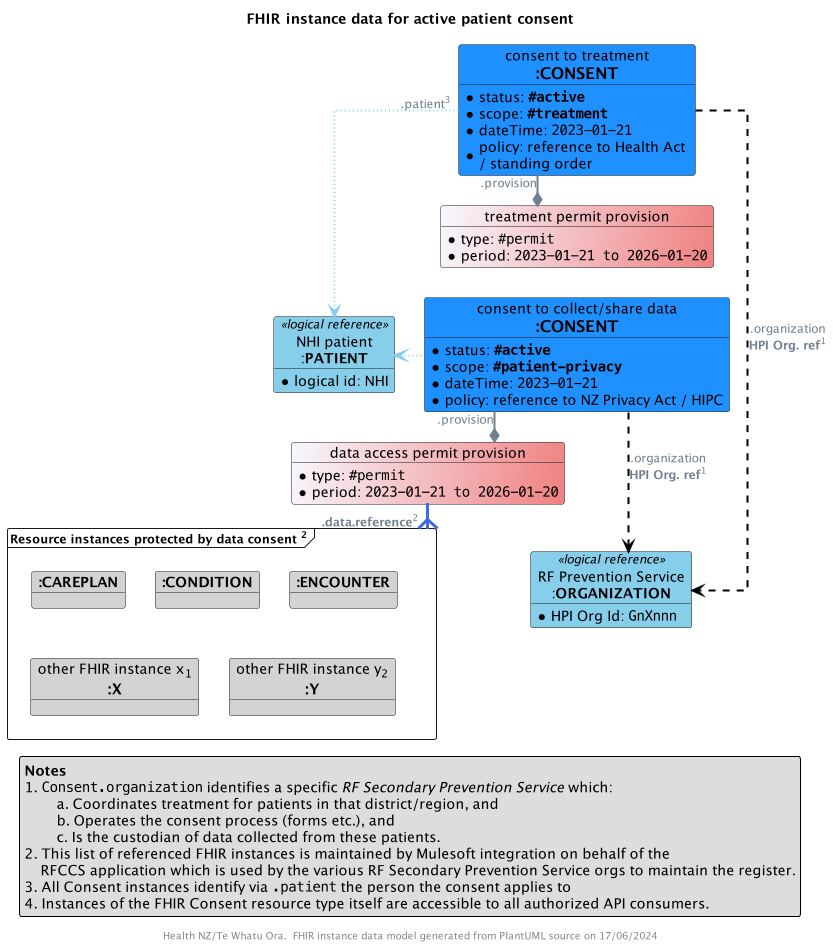
Before: input/images/obj-FHIR-data-consent-active.png, a diagram exported from PlantUML (tewhatuora/fhir-rheumatic-fever).
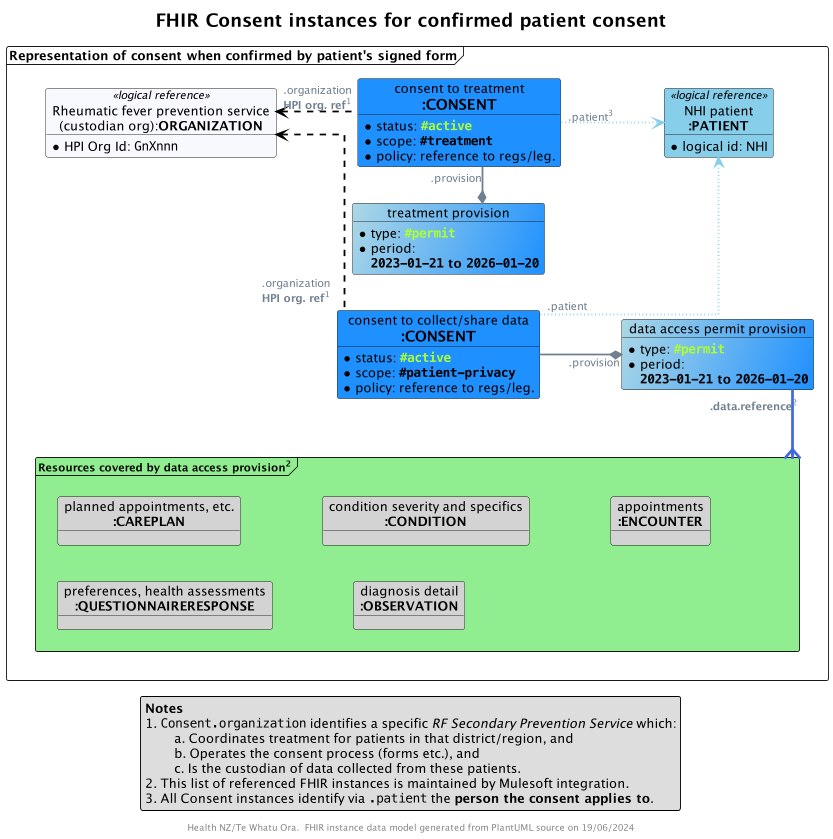
After the change.

Commit message:
Improved consent data designs as discussed DD meeting

The edit, as a diff of the source:
```diff
@@ -13,72 +13,77 @@
 skinparam ArrowMessageAlignment left
 skinparam BoxPadding 10
 skinparam linetype ortho
-skinparam nodesep 30
-skinparam ranksep 30
+skinparam nodesep 90
+skinparam ranksep 40
 skinparam roundcorner 5
 skinparam sequenceArrowThickness 2
-
-title FHIR instance data for active patient consent
-
-!procedure $Coding($Alias,$System,$Code,$Display)
-  object "<color:GhostWhite>$System" as $Alias #MediumPurple {
-    <color:GhostWhite><size:11>**$Code**-$Display
-  }
-!endprocedure
+skinparam TitleFontSize 20
 
 
-object "consent to treatment\n<size:16>**:CONSENT**" as TREATCONSENT #DodgerBlue {
-  * status: ""**#active**""
-  * scope: ""**#treatment**""
-  * dateTime: ""2023-01-21""
-  * policy: reference to Health Act \n/ standing order
+title FHIR Consent instances for confirmed patient consent
+
+frame "Representation of consent when confirmed by patient's signed form" as F {
+
+  !procedure $Coding($Alias,$System,$Code,$Display)
+    object "<color:GhostWhite>$System" as $Alias #MediumPurple {
+      <color:GhostWhite><size:11>**$Code**-$Display
+    }
+  !endprocedure
+
+  object "consent to treatment\n<size:16>**:CONSENT**" as TREATCONSENT #DodgerBlue {
+    * status: ""<color:GreenYellow>**#active**""
+    * scope: ""**#treatment**""
+    * policy: reference to regs/leg.
+  }
+
+  object "treatment provision" as TP #LightBlue/DodgerBlue  {
+    * type: ""<color:GreenYellow>**#permit**""
+    * period:
+      **""2023-01-21"" to ""2026-01-20""**
+  }
+
+  object "consent to collect/share data\n<size:16>**:CONSENT**" as DATACONSENT #DodgerBlue {
+    * status: ""<color:GreenYellow>**#active**""
+    * scope: ""**#patient-privacy**""
+    * policy: reference to regs/leg.
+  }
+
+  object "data access permit provision" as DAP #LightBlue/DodgerBlue  {
+    * type: ""<color:GreenYellow>**#permit**""
+    * period:
+      **""2023-01-21"" to ""2026-01-20""**
+  }
+
+  object "NHI patient\n**:PATIENT**" as PATIENT <<logical reference>> #SkyBlue {
+    * logical id: NHI
+  }
+
+  object "Rheumatic fever prevention service\n(custodian org):**ORGANIZATION**" as HPI <<logical reference>> #GhostWhite {
+    * HPI Org Id: ""GnXnnn""
+  }
+
+  frame "<size:12>Resources covered by data access provision<sup>2</sup>" as COVERED #LightGreen {
+    object "planned appointments, etc.\n<size:14>**:CAREPLAN**" as R1 #LightGray
+    object "condition severity and specifics\n<size:14>**:CONDITION**" as R2 #LightGray
+    object "appointments\n<size:14>**:ENCOUNTER**" as R3 #LightGray
+    object "preferences, health assessments\n<size:14>**:QUESTIONNAIRERESPONSE**" as R4 #LightGray
+    object "diagnosis detail\n<size:14>**:OBSERVATION**" as R5 #LightGray
+  }
 }
 
-object "treatment permit provision" as TAP #GhostWhite/LightCoral  {
-  * type: ""#permit""
-  * period: ""2023-01-21 to 2026-01-20""
-}
+TREATCONSENT -[hidden]d- TP
+TP -[hidden]d- DATACONSENT
 
-object "consent to collect/share data\n<size:16>**:CONSENT**" as DATACONSENT #DodgerBlue {
-  * status: ""**#active**""
-  * scope: ""**#patient-privacy**""
-  * dateTime: ""2023-01-21""
-  * policy: reference to NZ Privacy Act / HIPC
-}
 
-object "data access permit provision" as DAP #GhostWhite/LightCoral  {
-  * type: ""#permit""
-  * period: ""2023-01-21 to 2026-01-20""
-}
+DAP "**.data.reference**<sup>2</sup>" -[thickness=3,#RoyalBlue]--{ COVERED
 
-frame "<size:12>Resource instances protected by data consent <sup>2</sup>" as COVERED {
-  object "<size:14>**:CAREPLAN**" as R1 #LightGray
-  object "<size:14>**:CONDITION**" as R2 #LightGray
-  object "<size:14>**:ENCOUNTER**" as R3 #LightGray
-  object "other FHIR instance x<sub>1</sub>\n**<size:15>:X**" as Another1 #LightGray
-  object "other FHIR instance y<sub>2</sub>\n**<size:15>:Y**" as Another2 #LightGray
-}
+TREATCONSENT ".patient<sup>3</sup>" -[dotted,#SkyBlue,norank]-> PATIENT
+TREATCONSENT -[norank]-* TP : "".provision""
+TREATCONSENT ".organization\n**HPI org. ref**<sup>1</sup>" -[dashed,#Black]l-> HPI
 
-object "NHI patient\n:**PATIENT**" as PATIENT <<logical reference>> #SkyBlue {
-  * logical id: NHI
-}
-
-object "RF Prevention Service\n:**ORGANIZATION**" as HPI <<logical reference>> #SkyBlue {
-  * HPI Org Id: ""GnXnnn""
-}
-
-TREATCONSENT -[hidden]d- TAP
-TAP -[hidden]d- DATACONSENT
-
-DAP "**.data.reference**<sup>2</sup>" -[thickness=3,#RoyalBlue]-{ COVERED
-
-TREATCONSENT -[dashed,#Black,norank]---> HPI: .organization\n**HPI Org. ref**<sup>1</sup>
-TREATCONSENT ".patient<sup>3</sup>" -[dotted,#SkyBlue,norank]--> PATIENT
-TREATCONSENT -[norank]-* TAP : "".provision""
-
-DATACONSENT -[dotted,#SkyBlue]l---> PATIENT
-DATACONSENT -d-* DAP : "".provision""
-DATACONSENT -[dashed,#Black]--> HPI: .organization\n**HPI Org. ref**<sup>1</sup>
+DATACONSENT ".patient" -[dotted,#SkyBlue,norank]-> PATIENT
+DATACONSENT -* DAP : "".provision""
+DATACONSENT ".organization\n**HPI org. ref**<sup>1</sup>" -[dashed,#Black]u-> HPI
 
 legend bottom
   **Notes**
@@ -86,12 +91,9 @@
       \ta. Coordinates treatment for patients in that district/region, and
       \tb. Operates the consent process (forms etc.), and
       \tc. Is the custodian of data collected from these patients.
-  2. This list of referenced FHIR instances is maintained by Mulesoft integration on behalf of the
-      RFCCS application which is used by the various RF Secondary Prevention Service orgs to maintain the register.
-  3. All Consent instances identify via "".patient"" the person the consent applies to
-  4. Instances of the FHIR Consent resource type itself are accessible to all authorized API consumers.
+  2. This list of referenced FHIR instances is maintained by Mulesoft integration.
+  3. All Consent instances identify via "".patient"" the **person the consent applies to**.
 endlegend
-
 
 footer "Health NZ/Te Whatu Ora.  FHIR instance data model generated from PlantUML source on %date('dd/MM/yyyy')"
 
```
